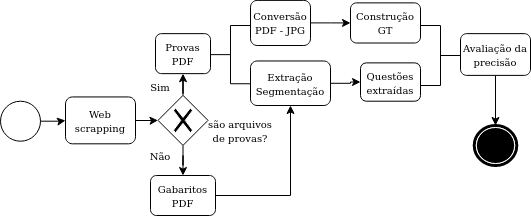
Above: Untitled Diagram.png in karinawie/process-diagram (draw.io), before the change. Source tidied: cells renumbered, new cells last; positions are measured from the earlier drawing's top-left corner, leaving out a move shared by most shapes.
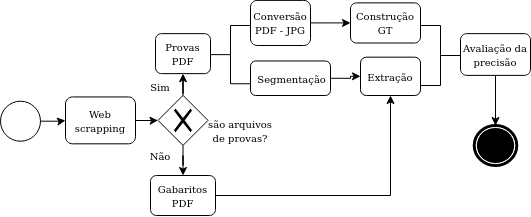
After the change.

Diff of the diagram source:
```diff
@@ -8,8 +8,8 @@
     <mxCell id="3" value="&lt;font style=&quot;font-size: 10px&quot;&gt;Web scrapping&lt;/font&gt;" style="shape=ext;rounded=1;html=1;whiteSpace=wrap;" parent="1" vertex="1">
       <mxGeometry x="65" y="96.4" width="70" height="46.9" as="geometry" />
     </mxCell>
-    <mxCell id="4" value="&lt;font style=&quot;font-size: 10px&quot;&gt;Questões extraídas&lt;/font&gt;" style="html=1;whiteSpace=wrap;rounded=1;" parent="1" vertex="1">
-      <mxGeometry x="360" y="62.4" width="60" height="38.3" as="geometry" />
+    <mxCell id="4" value="&lt;font style=&quot;font-size: 10px&quot;&gt;Extração&lt;/font&gt;" style="html=1;whiteSpace=wrap;rounded=1;" parent="1" vertex="1">
+      <mxGeometry x="360" y="56.7" width="60" height="38.3" as="geometry" />
     </mxCell>
     <mxCell id="5" value="&lt;font style=&quot;font-size: 10px&quot;&gt;Construção GT &lt;/font&gt;" style="html=1;whiteSpace=wrap;rounded=1;" parent="1" vertex="1">
       <mxGeometry x="350" y="2.4" width="70" height="40.1" as="geometry" />
@@ -17,8 +17,8 @@
     <mxCell id="6" style="edgeStyle=orthogonalEdgeStyle;rounded=0;jettySize=auto;html=1;entryX=0;entryY=0.5;entryDx=0;entryDy=0;" parent="1" edge="1" source="7" target="4">
       <mxGeometry relative="1" as="geometry" />
     </mxCell>
-    <mxCell id="7" value="&lt;div&gt;&lt;font style=&quot;font-size: 10px&quot;&gt;Extração Segmentação&lt;br&gt;&lt;/font&gt;&lt;/div&gt;" style="shape=ext;rounded=1;html=1;whiteSpace=wrap;" parent="1" vertex="1">
-      <mxGeometry x="250" y="60.5" width="80" height="44.5" as="geometry" />
+    <mxCell id="7" value="&lt;div&gt;&lt;font style=&quot;font-size: 10px&quot;&gt;&amp;nbsp;Segmentação&lt;br&gt;&lt;/font&gt;&lt;/div&gt;" style="shape=ext;rounded=1;html=1;whiteSpace=wrap;" parent="1" vertex="1">
+      <mxGeometry x="250" y="60.5" width="80" height="34.5" as="geometry" />
     </mxCell>
     <mxCell id="8" style="html=1;shape=mxgraph.flowchart.annotation_2;align=left;labelPosition=right;" parent="1" vertex="1">
       <mxGeometry x="210" y="25" width="40" height="58.2" as="geometry" />
@@ -45,7 +45,7 @@
     <mxCell id="14" value="&lt;font style=&quot;font-size: 10px&quot;&gt;Provas PDF&lt;/font&gt;" style="shape=ext;rounded=1;html=1;whiteSpace=wrap;" parent="1" vertex="1">
       <mxGeometry x="155" y="33.1" width="55" height="40" as="geometry" />
     </mxCell>
-    <mxCell id="15" style="edgeStyle=orthogonalEdgeStyle;rounded=0;jettySize=auto;html=1;" parent="1" edge="1" source="16" target="7">
+    <mxCell id="15" style="edgeStyle=orthogonalEdgeStyle;rounded=0;jettySize=auto;html=1;entryX=0.5;entryY=1;entryDx=0;entryDy=0;" parent="1" edge="1" source="16" target="4">
       <mxGeometry relative="1" as="geometry" />
     </mxCell>
     <mxCell id="16" value="&lt;font style=&quot;font-size: 10px&quot;&gt;Gabaritos PDF&lt;/font&gt;" style="shape=ext;rounded=1;html=1;whiteSpace=wrap;" parent="1" vertex="1">
```
